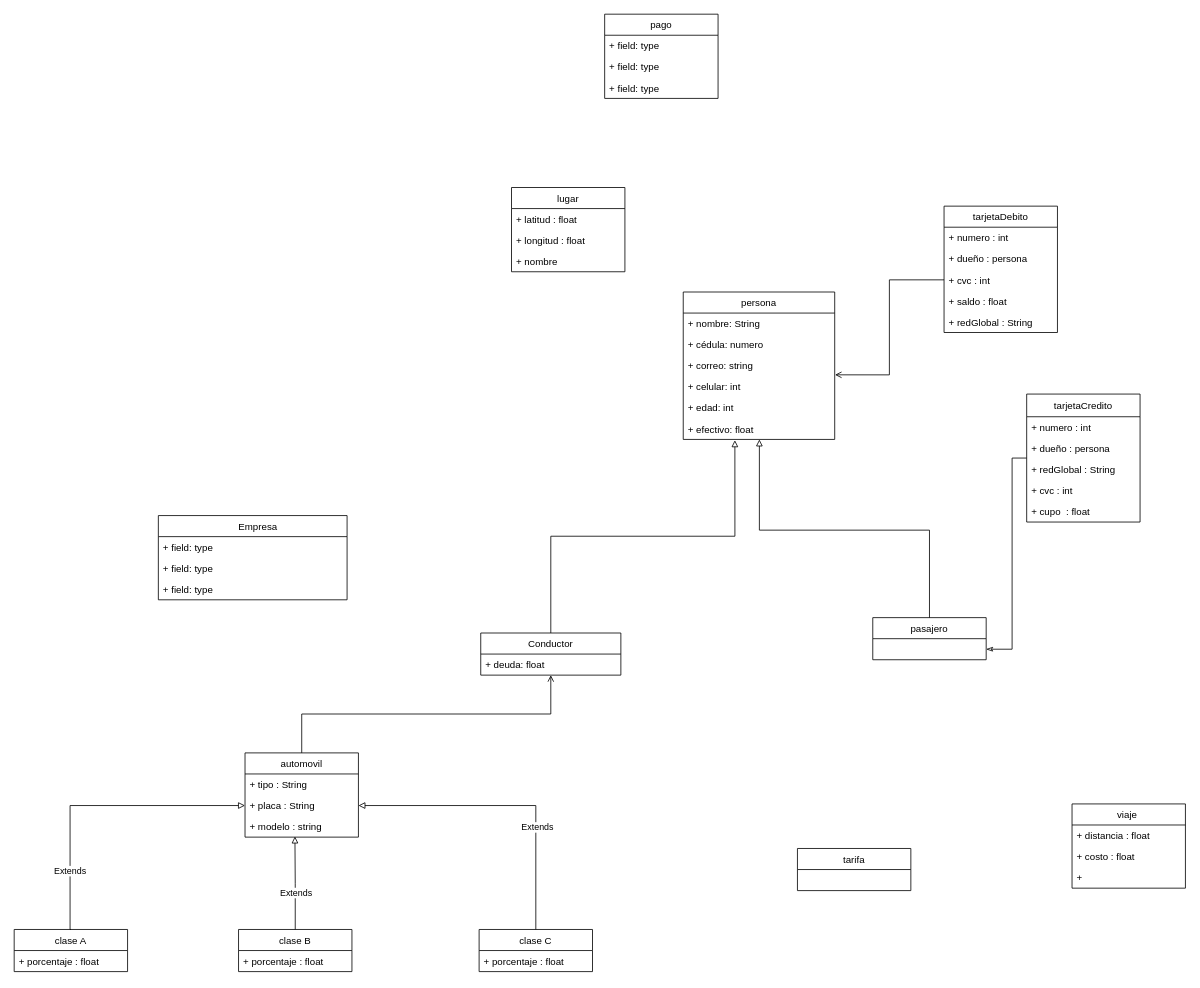
Earlier version of the draw.io diagram Untitled Diagram.drawio (DPOO2022-1-SEC04-G08/Taller2). Source tidied: cells renumbered, new cells numbered last; positions are measured from the earlier drawing's top-left corner, leaving out a move shared by most shapes. Both pictures are drawn from the tidied source at 81%, with x=0, y=0 at pixel (14, 14).
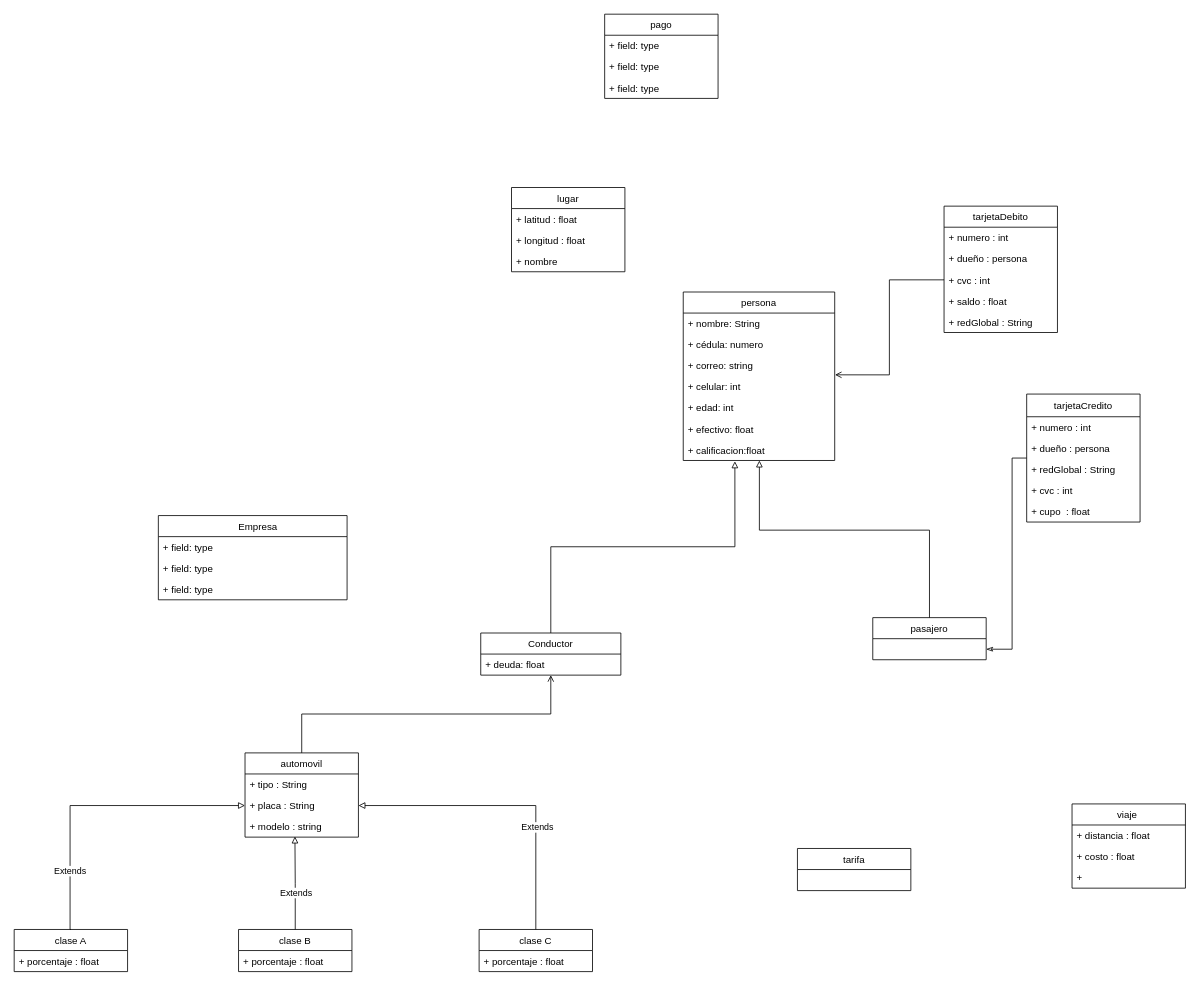
After the change.

Commit message:
calificacion y agregacion

Change to the diagram source:
```diff
@@
     <mxCell id="6" value="persona" style="swimlane;fontStyle=0;horizontal=1;startSize=26;fillColor=none;" parent="1" vertex="1">
-      <mxGeometry x="826" y="343" width="187" height="182" as="geometry" />
+      <mxGeometry x="826" y="343" width="187" height="208" as="geometry" />
     </mxCell>
@@
+    <mxCell id="63" value="+ efectivo: float" style="text;strokeColor=none;fillColor=none;align=left;verticalAlign=top;spacingLeft=4;spacingRight=4;overflow=hidden;" parent="6" vertex="1">
+      <mxGeometry y="156" width="187" height="26" as="geometry" />
+    </mxCell>
-    <mxCell id="12" value="+ efectivo: float" style="text;strokeColor=none;fillColor=none;align=left;verticalAlign=top;spacingLeft=4;spacingRight=4;overflow=hidden;points=[[0,0.5],[1,0.5]];portConstraint=eastwest;" parent="6" vertex="1">
-      <mxGeometry y="156" width="187" height="26" as="geometry" />
+    <mxCell id="12" value="+ calificacion:float&#10;" style="text;strokeColor=none;fillColor=none;align=left;verticalAlign=top;spacingLeft=4;spacingRight=4;overflow=hidden;points=[[0,0.5],[1,0.5]];portConstraint=eastwest;" parent="6" vertex="1">
+      <mxGeometry y="182" width="187" height="26" as="geometry" />
     </mxCell>
```
